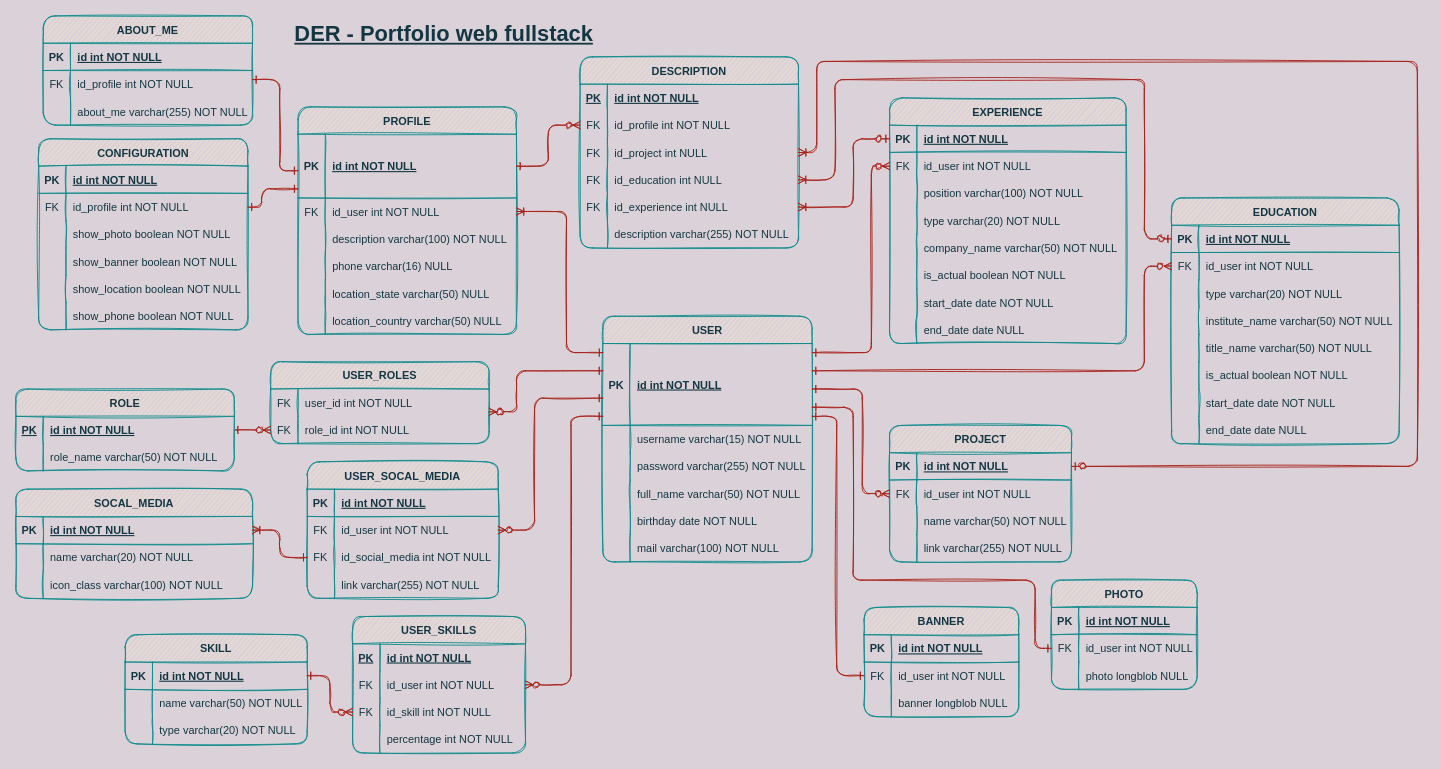
tiagoramirez/portfolio-backend keeps this draw.io diagram as database/DER portfolio web.drawio. Above is the earlier version. Source tidied: cells renumbered, new cells numbered last; positions are measured from the earlier drawing's top-left corner, leaving out a move shared by most shapes. Both pictures are drawn from the tidied source at 91%, with x=0, y=0 at pixel (15, 15).
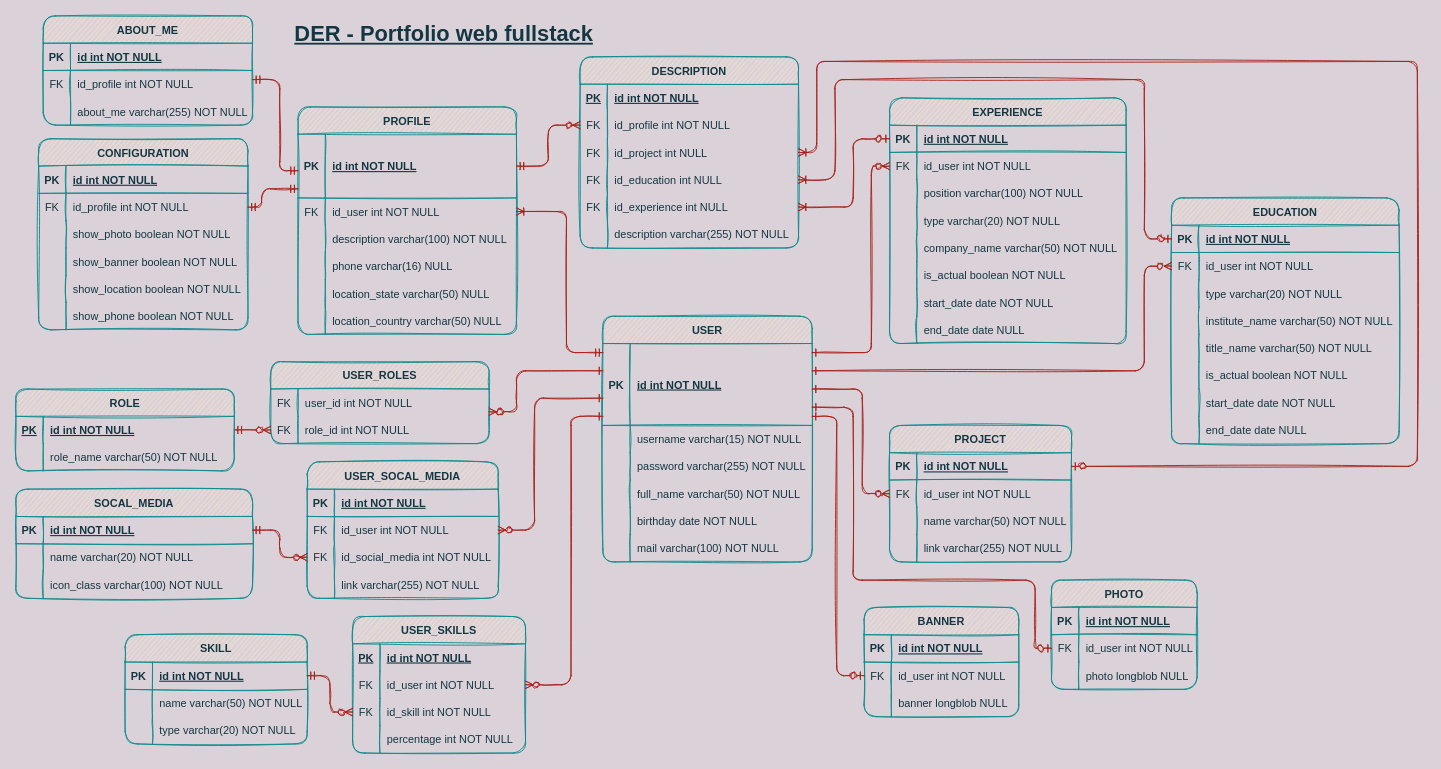
The same diagram, later.

Commit message (it also covers changes not shown here):
Changed relationships in DER

Unchanged cells that the change refers to:
```xml
<mxCell id="3" style="shape=partialRectangle;fillColor=none;top=0;left=0;bottom=1;right=0;points=[[0,0.5],[1,0.5]];portConstraint=eastwest;strokeColor=#0F8B8D;fontColor=#143642;rounded=1;sketch=1;" parent="2" vertex="1">
  <mxGeometry y="30" width="240" height="70" as="geometry" />
</mxCell>
<mxCell id="6" style="shape=partialRectangle;fillColor=none;top=0;left=0;bottom=0;right=0;points=[[0,0.5],[1,0.5]];portConstraint=eastwest;strokeColor=#0F8B8D;fontColor=#143642;rounded=1;sketch=1;" parent="2" vertex="1">
  <mxGeometry y="100" width="240" height="30" as="geometry" />
</mxCell>
<mxCell id="50" style="shape=partialRectangle;fillColor=none;top=0;left=0;bottom=0;right=0;points=[[0,0.5],[1,0.5]];portConstraint=eastwest;strokeColor=#0F8B8D;fontColor=#143642;rounded=1;sketch=1;" parent="46" vertex="1">
  <mxGeometry y="60" width="230" height="30" as="geometry" />
</mxCell>
<mxCell id="57" style="shape=partialRectangle;fillColor=none;top=0;left=0;bottom=1;right=0;points=[[0,0.5],[1,0.5]];portConstraint=eastwest;strokeColor=#0F8B8D;fontColor=#143642;rounded=1;sketch=1;" parent="56" vertex="1">
  <mxGeometry y="30" width="200" height="30" as="geometry" />
</mxCell>
<mxCell id="73" style="shape=partialRectangle;fillColor=none;top=0;left=0;bottom=0;right=0;points=[[0,0.5],[1,0.5]];portConstraint=eastwest;strokeColor=#0F8B8D;fontColor=#143642;rounded=1;sketch=1;" parent="66" vertex="1">
  <mxGeometry y="90" width="190" height="30" as="geometry" />
</mxCell>
<mxCell id="80" style="shape=partialRectangle;fillColor=none;top=0;left=0;bottom=1;right=0;points=[[0,0.5],[1,0.5]];portConstraint=eastwest;strokeColor=#0F8B8D;fontColor=#143642;rounded=1;sketch=1;" parent="79" vertex="1">
  <mxGeometry y="30" width="260" height="30" as="geometry" />
</mxCell>
<mxCell id="106" style="shape=partialRectangle;fillColor=none;top=0;left=0;bottom=0;right=0;points=[[0,0.5],[1,0.5]];portConstraint=eastwest;strokeColor=#0F8B8D;fontColor=#143642;rounded=1;sketch=1;" parent="102" vertex="1">
  <mxGeometry y="60" width="230" height="30" as="geometry" />
</mxCell>
<mxCell id="122" style="shape=partialRectangle;fillColor=none;top=0;left=0;bottom=1;right=0;points=[[0,0.5],[1,0.5]];portConstraint=eastwest;strokeColor=#0F8B8D;fontColor=#143642;rounded=1;sketch=1;" parent="121" vertex="1">
  <mxGeometry y="30" width="230" height="90" as="geometry" />
</mxCell>
<mxCell id="173" style="shape=partialRectangle;fillColor=none;top=0;left=0;bottom=0;right=0;points=[[0,0.5],[1,0.5]];portConstraint=eastwest;strokeColor=#0F8B8D;fontColor=#143642;rounded=1;sketch=1;" parent="166" vertex="1">
  <mxGeometry y="90" width="210" height="30" as="geometry" />
</mxCell>
<mxCell id="185" style="shape=partialRectangle;fillColor=none;top=0;left=0;bottom=0;right=0;points=[[0,0.5],[1,0.5]];portConstraint=eastwest;strokeColor=#0F8B8D;fontColor=#143642;rounded=1;sketch=1;" parent="181" vertex="1">
  <mxGeometry y="60" width="240" height="30" as="geometry" />
</mxCell>
<mxCell id="208" style="shape=partialRectangle;fillColor=none;top=0;left=0;bottom=0;right=0;points=[[0,0.5],[1,0.5]];portConstraint=eastwest;strokeColor=#0F8B8D;fontColor=#143642;rounded=1;sketch=1;" parent="204" vertex="1">
  <mxGeometry y="60" width="170" height="30" as="geometry" />
</mxCell>
<mxCell id="218" style="shape=partialRectangle;fillColor=none;top=0;left=0;bottom=0;right=0;points=[[0,0.5],[1,0.5]];portConstraint=eastwest;strokeColor=#0F8B8D;fontColor=#143642;rounded=1;sketch=1;" parent="214" vertex="1">
  <mxGeometry y="60" width="160" height="30" as="geometry" />
</mxCell>
<mxCell id="236" style="shape=partialRectangle;fillColor=none;top=0;left=0;bottom=0;right=0;points=[[0,0.5],[1,0.5]];portConstraint=eastwest;strokeColor=#0F8B8D;fontColor=#143642;rounded=1;sketch=1;" parent="232" vertex="1">
  <mxGeometry y="60" width="240" height="30" as="geometry" />
</mxCell>
<mxCell id="240" value="ROLE" style="shape=table;startSize=30;childLayout=tableLayout;rowLines=0;fontStyle=1;align=center;fillColor=#FAE5C7;strokeColor=#0F8B8D;fontColor=#143642;rounded=1;sketch=1;" parent="1" vertex="1">
  <mxGeometry y="410" width="240" height="90" as="geometry" />
</mxCell>
```

The edit, as a diff of the source:
```diff
@@
-    <mxCell id="179" style="edgeStyle=orthogonalEdgeStyle;rounded=1;jettySize=auto;html=1;startArrow=ERoneToMany;startFill=0;endArrow=ERone;endFill=0;strokeColor=#A8201A;fontColor=#143642;labelBackgroundColor=#DAD2D8;sketch=1;" parent="1" edge="1" source="80" target="173">
+    <mxCell id="179" style="edgeStyle=orthogonalEdgeStyle;rounded=1;jettySize=auto;html=1;startArrow=ERmandOne;startFill=0;endArrow=ERzeroToMany;endFill=0;strokeColor=#A8201A;fontColor=#143642;labelBackgroundColor=#DAD2D8;sketch=1;" parent="1" edge="1" source="80" target="173">
       <mxGeometry relative="1" as="geometry" />
     </mxCell>
-    <mxCell id="180" style="edgeStyle=orthogonalEdgeStyle;rounded=1;jettySize=auto;html=1;startArrow=ERone;startFill=0;endArrow=ERone;endFill=0;strokeColor=#A8201A;fontColor=#143642;labelBackgroundColor=#DAD2D8;sketch=1;" parent="1" edge="1" source="3" target="106">
+    <mxCell id="180" style="edgeStyle=orthogonalEdgeStyle;rounded=1;jettySize=auto;html=1;startArrow=ERmandOne;startFill=0;endArrow=ERmandOne;endFill=0;strokeColor=#A8201A;fontColor=#143642;labelBackgroundColor=#DAD2D8;sketch=1;" parent="1" edge="1" source="3" target="106">
       <mxGeometry relative="1" as="geometry">
         <Array as="points">
           <mxPoint x="270" y="190" />
           <mxPoint x="270" y="210" />
         </Array>
       </mxGeometry>
     </mxCell>
@@
-    <mxCell id="201" style="edgeStyle=orthogonalEdgeStyle;rounded=1;jettySize=auto;html=1;startArrow=ERzeroToMany;startFill=0;endArrow=ERone;endFill=0;strokeColor=#A8201A;fontColor=#143642;labelBackgroundColor=#DAD2D8;sketch=1;" parent="1" edge="1" source="185" target="3">
+    <mxCell id="201" style="edgeStyle=orthogonalEdgeStyle;rounded=1;jettySize=auto;html=1;startArrow=ERzeroToMany;startFill=0;endArrow=ERmandOne;endFill=0;strokeColor=#A8201A;fontColor=#143642;labelBackgroundColor=#DAD2D8;sketch=1;" parent="1" edge="1" source="185" target="3">
       <mxGeometry relative="1" as="geometry" />
     </mxCell>
-    <mxCell id="202" style="edgeStyle=orthogonalEdgeStyle;rounded=1;jettySize=auto;html=1;startArrow=ERone;startFill=0;endArrow=ERone;endFill=0;strokeColor=#A8201A;fontColor=#143642;labelBackgroundColor=#DAD2D8;sketch=1;" parent="1" edge="1" source="50" target="3">
+    <mxCell id="202" style="edgeStyle=orthogonalEdgeStyle;rounded=1;jettySize=auto;html=1;startArrow=ERmandOne;startFill=0;endArrow=ERmandOne;endFill=0;strokeColor=#A8201A;fontColor=#143642;labelBackgroundColor=#DAD2D8;sketch=1;" parent="1" edge="1" source="50" target="3">
       <mxGeometry relative="1" as="geometry">
         <Array as="points">
           <mxPoint x="290" y="70" />
           <mxPoint x="290" y="170" />
         </Array>
       </mxGeometry>
     </mxCell>
-    <mxCell id="203" style="edgeStyle=orthogonalEdgeStyle;rounded=1;jettySize=auto;html=1;fontColor=#143642;startArrow=ERzeroToMany;startFill=0;endArrow=ERone;endFill=0;strokeColor=#A8201A;fillColor=#FAE5C7;labelBackgroundColor=#DAD2D8;sketch=1;" parent="1" edge="1" source="73" target="57">
+    <mxCell id="203" style="edgeStyle=orthogonalEdgeStyle;rounded=1;jettySize=auto;html=1;fontColor=#143642;startArrow=ERzeroToMany;startFill=0;endArrow=ERmandOne;endFill=0;strokeColor=#A8201A;fillColor=#FAE5C7;labelBackgroundColor=#DAD2D8;sketch=1;" parent="1" edge="1" source="73" target="57">
       <mxGeometry relative="1" as="geometry" />
     </mxCell>
@@
-    <mxCell id="226" style="edgeStyle=orthogonalEdgeStyle;rounded=1;jettySize=auto;html=1;endArrow=ERone;endFill=0;startArrow=ERoneToMany;startFill=0;strokeColor=#A8201A;fontColor=#143642;labelBackgroundColor=#DAD2D8;sketch=1;" parent="1" edge="1" source="6" target="122">
+    <mxCell id="226" style="edgeStyle=orthogonalEdgeStyle;rounded=1;jettySize=auto;html=1;endArrow=ERmandOne;endFill=0;startArrow=ERoneToMany;startFill=0;strokeColor=#A8201A;fontColor=#143642;labelBackgroundColor=#DAD2D8;sketch=1;" parent="1" edge="1" source="6" target="122">
       <mxGeometry relative="1" as="geometry">
         <Array as="points">
           <mxPoint x="605" y="215" />
           <mxPoint x="605" y="370" />
         </Array>
       </mxGeometry>
     </mxCell>
@@
-    <mxCell id="239" style="edgeStyle=orthogonalEdgeStyle;rounded=1;jettySize=auto;html=1;endArrow=ERzeroToMany;endFill=0;startArrow=ERone;startFill=0;strokeColor=#A8201A;fontColor=#143642;labelBackgroundColor=#DAD2D8;sketch=1;" parent="1" edge="1" source="240" target="236">
+    <mxCell id="239" style="edgeStyle=orthogonalEdgeStyle;rounded=1;jettySize=auto;html=1;endArrow=ERzeroToMany;endFill=0;startArrow=ERmandOne;startFill=0;strokeColor=#A8201A;fontColor=#143642;labelBackgroundColor=#DAD2D8;sketch=1;" parent="1" edge="1" source="240" target="236">
       <mxGeometry relative="1" as="geometry" />
     </mxCell>
@@
-    <mxCell id="251" style="edgeStyle=orthogonalEdgeStyle;rounded=1;hachureGap=4;jettySize=auto;html=1;fontFamily=Architects Daughter;fontSize=16;fontColor=#143642;startArrow=ERone;startFill=0;endArrow=ERone;endFill=0;startSize=6;endSize=6;sourcePerimeterSpacing=0;targetPerimeterSpacing=0;strokeColor=#A8201A;strokeWidth=1;fillColor=#FAE5C7;labelBackgroundColor=#DAD2D8;sketch=1;" parent="1" edge="1" source="218" target="122">
+    <mxCell id="251" style="edgeStyle=orthogonalEdgeStyle;rounded=1;hachureGap=4;jettySize=auto;html=1;fontFamily=Architects Daughter;fontSize=16;fontColor=#143642;startArrow=ERzeroToOne;startFill=0;endArrow=ERone;endFill=0;startSize=6;endSize=6;sourcePerimeterSpacing=0;targetPerimeterSpacing=0;strokeColor=#A8201A;strokeWidth=1;fillColor=#FAE5C7;labelBackgroundColor=#DAD2D8;sketch=1;" parent="1" edge="1" source="218" target="122">
       <mxGeometry relative="1" as="geometry">
         <Array as="points">
           <mxPoint x="1120" y="695" />
           <mxPoint x="1120" y="620" />
           <mxPoint x="920" y="620" />
           <mxPoint x="920" y="430" />
         </Array>
       </mxGeometry>
     </mxCell>
-    <mxCell id="252" style="edgeStyle=orthogonalEdgeStyle;rounded=1;hachureGap=4;jettySize=auto;html=1;fontFamily=Architects Daughter;fontSize=16;fontColor=#143642;startArrow=ERone;startFill=0;endArrow=ERone;endFill=0;startSize=6;endSize=6;sourcePerimeterSpacing=0;targetPerimeterSpacing=0;strokeColor=#A8201A;strokeWidth=1;fillColor=#FAE5C7;labelBackgroundColor=#DAD2D8;sketch=1;" parent="1" edge="1" source="208" target="122">
+    <mxCell id="252" style="edgeStyle=orthogonalEdgeStyle;rounded=1;hachureGap=4;jettySize=auto;html=1;fontFamily=Architects Daughter;fontSize=16;fontColor=#143642;startArrow=ERzeroToOne;startFill=0;endArrow=ERone;endFill=0;startSize=6;endSize=6;sourcePerimeterSpacing=0;targetPerimeterSpacing=0;strokeColor=#A8201A;strokeWidth=1;fillColor=#FAE5C7;labelBackgroundColor=#DAD2D8;sketch=1;" parent="1" edge="1" source="208" target="122">
       <mxGeometry relative="1" as="geometry">
         <Array as="points">
           <mxPoint x="902" y="725" />
           <mxPoint x="902" y="440" />
         </Array>
       </mxGeometry>
     </mxCell>
```
